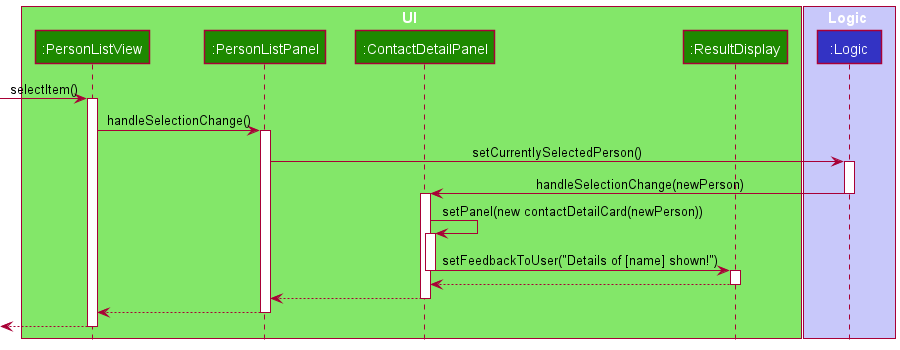
Earlier version of the PlantUML export docs/images/ContactListSelectionChangeDiagram.png (zihaowrez/tp).
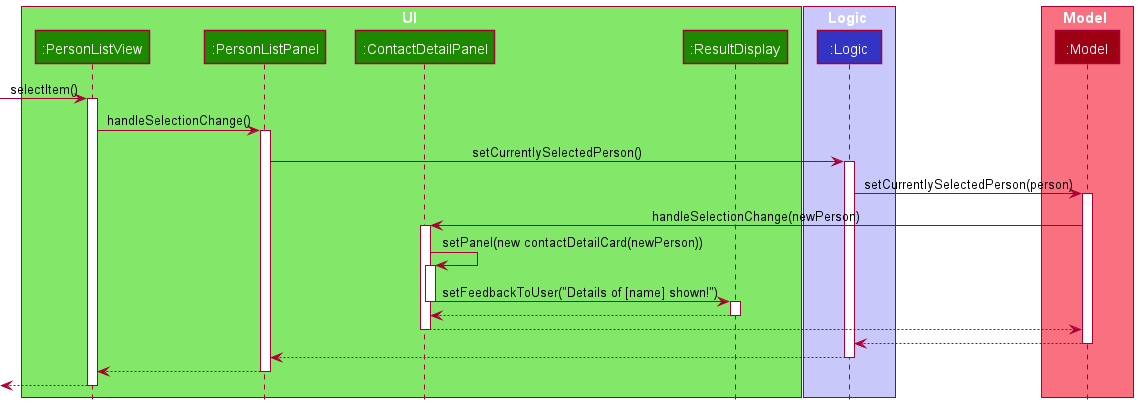
The same file after the commit.

Diff of the diagram source:
```diff
@@ -12,6 +12,10 @@
 participant ":Logic" as Logic LOGIC_COLOR
 end box
 
+box Model MODEL_COLOR_T1
+participant ":Model" as Model MODEL_COLOR
+end box
+
 [-> PersonListView : selectItem()
 activate PersonListView
 
@@ -21,8 +25,10 @@
 PersonListPanel -> Logic : setCurrentlySelectedPerson()
 activate Logic
 
-Logic -> ContactDetailPanel : handleSelectionChange(newPerson)
-deactivate Logic
+Logic -> Model : setCurrentlySelectedPerson(person)
+activate Model
+
+Model -> ContactDetailPanel : handleSelectionChange(newPerson)
 activate ContactDetailPanel
 
 ContactDetailPanel -> ContactDetailPanel : setPanel(new contactDetailCard(newPerson))
@@ -35,8 +41,14 @@
 ResultDisplay --> ContactDetailPanel
 deactivate ResultDisplay
 
-ContactDetailPanel --> PersonListPanel
+ContactDetailPanel --> Model
 deactivate ContactDetailPanel
+
+Model --> Logic
+deactivate Model
+
+Logic --> PersonListPanel
+deactivate Logic
 
 PersonListPanel --> PersonListView
 deactivate PersonListPanel
```
